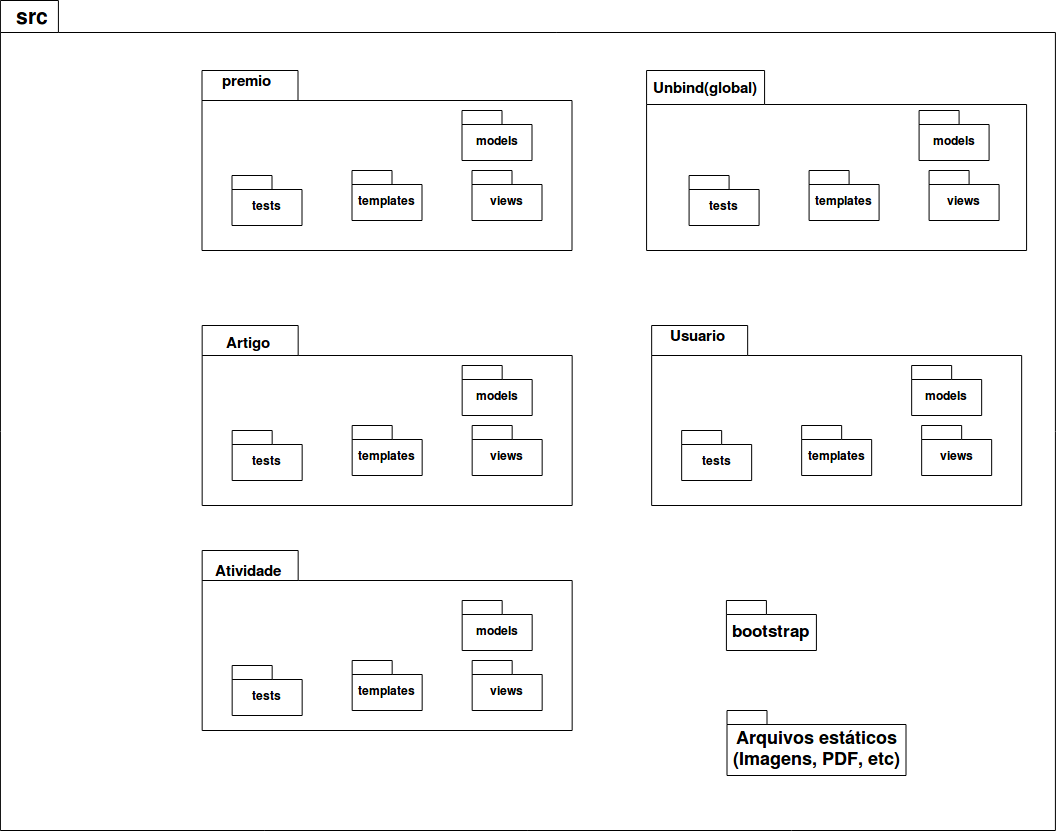
Before: wiki/docs/modulo3/img/diagrama_de_pacotes.png, a diagram exported from draw.io (ads-unbind/unbind). Source tidied: cells renumbered, new cells last; positions are measured from the earlier drawing's top-left corner, leaving out a move shared by most shapes. Source of this version:
```xml
<mxGraphModel>
  <root>
    <mxCell id="0" />
    <mxCell id="1" parent="0" />
    <mxCell id="2" style="shape=folder;fontStyle=1;spacingTop=10;tabWidth=58;tabHeight=32;tabPosition=left;html=1;" parent="1" vertex="1">
      <mxGeometry x="-0.1" width="1055" height="830" as="geometry" />
    </mxCell>
    <mxCell id="3" value="&lt;font style=&quot;font-size: 17px&quot;&gt;bootstrap&lt;/font&gt;" style="shape=folder;fontStyle=1;spacingTop=10;tabWidth=40;tabHeight=14;tabPosition=left;html=1;" parent="1" vertex="1">
      <mxGeometry x="725.9" y="600" width="90" height="50" as="geometry" />
    </mxCell>
    <mxCell id="4" style="shape=folder;fontStyle=1;spacingTop=10;tabWidth=96;tabHeight=30;tabPosition=left;html=1;" parent="1" vertex="1">
      <mxGeometry x="201.5" y="70" width="370" height="180" as="geometry" />
    </mxCell>
    <mxCell id="5" value="models" style="shape=folder;fontStyle=1;spacingTop=10;tabWidth=40;tabHeight=14;tabPosition=left;html=1;" parent="1" vertex="1">
      <mxGeometry x="461.5" y="110" width="70" height="50" as="geometry" />
    </mxCell>
    <mxCell id="6" value="templates" style="shape=folder;fontStyle=1;spacingTop=10;tabWidth=40;tabHeight=14;tabPosition=left;html=1;" parent="1" vertex="1">
      <mxGeometry x="351.5" y="170" width="70" height="50" as="geometry" />
    </mxCell>
    <mxCell id="7" value="&lt;font style=&quot;font-size: 18px&quot;&gt;Arquivos estáticos&lt;br&gt;(Imagens, PDF, etc)&lt;br&gt;&lt;/font&gt;" style="shape=folder;fontStyle=1;spacingTop=10;tabWidth=40;tabHeight=14;tabPosition=left;html=1;" parent="1" vertex="1">
      <mxGeometry x="726.5" y="710" width="179" height="65" as="geometry" />
    </mxCell>
    <mxCell id="8" value="views" style="shape=folder;fontStyle=1;spacingTop=10;tabWidth=40;tabHeight=14;tabPosition=left;html=1;" parent="1" vertex="1">
      <mxGeometry x="471.5" y="170" width="70" height="50" as="geometry" />
    </mxCell>
    <mxCell id="9" value="tests" style="shape=folder;fontStyle=1;spacingTop=10;tabWidth=40;tabHeight=14;tabPosition=left;html=1;" parent="1" vertex="1">
      <mxGeometry x="231.5" y="175" width="70" height="50" as="geometry" />
    </mxCell>
    <mxCell id="10" value="&lt;b style=&quot;font-size: 21px&quot;&gt;src&lt;/b&gt;" style="text;html=1;strokeColor=none;fillColor=none;align=center;verticalAlign=middle;whiteSpace=wrap;rounded=0;" parent="1" vertex="1">
      <mxGeometry x="11.4" y="5" width="40" height="20" as="geometry" />
    </mxCell>
    <mxCell id="11" value="&lt;b style=&quot;font-size: 15px&quot;&gt;premio&lt;br&gt;&lt;/b&gt;" style="text;html=1;strokeColor=none;fillColor=none;align=center;verticalAlign=middle;whiteSpace=wrap;rounded=0;" parent="1" vertex="1">
      <mxGeometry x="226.5" y="70" width="40" height="20" as="geometry" />
    </mxCell>
    <mxCell id="12" style="shape=folder;fontStyle=1;spacingTop=10;tabWidth=96;tabHeight=30;tabPosition=left;html=1;" parent="1" vertex="1">
      <mxGeometry x="201.7" y="325" width="370" height="180" as="geometry" />
    </mxCell>
    <mxCell id="13" value="models" style="shape=folder;fontStyle=1;spacingTop=10;tabWidth=40;tabHeight=14;tabPosition=left;html=1;" parent="1" vertex="1">
      <mxGeometry x="461.7" y="365" width="70" height="50" as="geometry" />
    </mxCell>
    <mxCell id="14" value="templates" style="shape=folder;fontStyle=1;spacingTop=10;tabWidth=40;tabHeight=14;tabPosition=left;html=1;" parent="1" vertex="1">
      <mxGeometry x="351.7" y="425" width="70" height="50" as="geometry" />
    </mxCell>
    <mxCell id="15" value="views" style="shape=folder;fontStyle=1;spacingTop=10;tabWidth=40;tabHeight=14;tabPosition=left;html=1;" parent="1" vertex="1">
      <mxGeometry x="471.7" y="425" width="70" height="50" as="geometry" />
    </mxCell>
    <mxCell id="16" value="tests" style="shape=folder;fontStyle=1;spacingTop=10;tabWidth=40;tabHeight=14;tabPosition=left;html=1;" parent="1" vertex="1">
      <mxGeometry x="231.7" y="430" width="70" height="50" as="geometry" />
    </mxCell>
    <mxCell id="17" value="&lt;br&gt;&lt;b style=&quot;font-size: 15px&quot;&gt;Artigo&lt;/b&gt;" style="text;html=1;strokeColor=none;fillColor=none;align=center;verticalAlign=middle;whiteSpace=wrap;rounded=0;" parent="1" vertex="1">
      <mxGeometry x="226.7" y="325" width="40" height="20" as="geometry" />
    </mxCell>
    <mxCell id="18" style="shape=folder;fontStyle=1;spacingTop=10;tabWidth=118;tabHeight=34;tabPosition=left;html=1;" parent="1" vertex="1">
      <mxGeometry x="646.1" y="70" width="380" height="180" as="geometry" />
    </mxCell>
    <mxCell id="19" value="models" style="shape=folder;fontStyle=1;spacingTop=10;tabWidth=40;tabHeight=14;tabPosition=left;html=1;" parent="1" vertex="1">
      <mxGeometry x="918.6" y="110" width="70" height="50" as="geometry" />
    </mxCell>
    <mxCell id="20" value="templates" style="shape=folder;fontStyle=1;spacingTop=10;tabWidth=40;tabHeight=14;tabPosition=left;html=1;" parent="1" vertex="1">
      <mxGeometry x="808.6" y="170" width="70" height="50" as="geometry" />
    </mxCell>
    <mxCell id="21" value="views" style="shape=folder;fontStyle=1;spacingTop=10;tabWidth=40;tabHeight=14;tabPosition=left;html=1;" parent="1" vertex="1">
      <mxGeometry x="928.6" y="170" width="70" height="50" as="geometry" />
    </mxCell>
    <mxCell id="22" value="tests" style="shape=folder;fontStyle=1;spacingTop=10;tabWidth=40;tabHeight=14;tabPosition=left;html=1;" parent="1" vertex="1">
      <mxGeometry x="688.6" y="175" width="70" height="50" as="geometry" />
    </mxCell>
    <mxCell id="23" value="&lt;br&gt;&lt;b style=&quot;font-size: 15px&quot;&gt;Unbind(global)&lt;/b&gt;" style="text;html=1;strokeColor=none;fillColor=none;align=center;verticalAlign=middle;whiteSpace=wrap;rounded=0;" parent="1" vertex="1">
      <mxGeometry x="683.6" y="70" width="40" height="20" as="geometry" />
    </mxCell>
    <mxCell id="24" style="shape=folder;fontStyle=1;spacingTop=10;tabWidth=96;tabHeight=30;tabPosition=left;html=1;" parent="1" vertex="1">
      <mxGeometry x="651.2" y="325" width="370" height="180" as="geometry" />
    </mxCell>
    <mxCell id="25" value="models" style="shape=folder;fontStyle=1;spacingTop=10;tabWidth=40;tabHeight=14;tabPosition=left;html=1;" parent="1" vertex="1">
      <mxGeometry x="911.2" y="365" width="70" height="50" as="geometry" />
    </mxCell>
    <mxCell id="26" value="templates" style="shape=folder;fontStyle=1;spacingTop=10;tabWidth=40;tabHeight=14;tabPosition=left;html=1;" parent="1" vertex="1">
      <mxGeometry x="801.2" y="425" width="70" height="50" as="geometry" />
    </mxCell>
    <mxCell id="27" value="views" style="shape=folder;fontStyle=1;spacingTop=10;tabWidth=40;tabHeight=14;tabPosition=left;html=1;" parent="1" vertex="1">
      <mxGeometry x="921.2" y="425" width="70" height="50" as="geometry" />
    </mxCell>
    <mxCell id="28" value="tests" style="shape=folder;fontStyle=1;spacingTop=10;tabWidth=40;tabHeight=14;tabPosition=left;html=1;" parent="1" vertex="1">
      <mxGeometry x="681.2" y="430" width="70" height="50" as="geometry" />
    </mxCell>
    <mxCell id="29" value="&lt;b style=&quot;font-size: 15px&quot;&gt;Usuario&lt;/b&gt;" style="text;html=1;strokeColor=none;fillColor=none;align=center;verticalAlign=middle;whiteSpace=wrap;rounded=0;" parent="1" vertex="1">
      <mxGeometry x="676.2" y="325" width="40" height="20" as="geometry" />
    </mxCell>
    <mxCell id="30" style="shape=folder;fontStyle=1;spacingTop=10;tabWidth=96;tabHeight=30;tabPosition=left;html=1;" parent="1" vertex="1">
      <mxGeometry x="201.7" y="550" width="370" height="180" as="geometry" />
    </mxCell>
    <mxCell id="31" value="models" style="shape=folder;fontStyle=1;spacingTop=10;tabWidth=40;tabHeight=14;tabPosition=left;html=1;" parent="1" vertex="1">
      <mxGeometry x="461.7" y="600" width="70" height="50" as="geometry" />
    </mxCell>
    <mxCell id="32" value="templates" style="shape=folder;fontStyle=1;spacingTop=10;tabWidth=40;tabHeight=14;tabPosition=left;html=1;" parent="1" vertex="1">
      <mxGeometry x="351.7" y="660" width="70" height="50" as="geometry" />
    </mxCell>
    <mxCell id="33" value="views" style="shape=folder;fontStyle=1;spacingTop=10;tabWidth=40;tabHeight=14;tabPosition=left;html=1;" parent="1" vertex="1">
      <mxGeometry x="471.7" y="660" width="70" height="50" as="geometry" />
    </mxCell>
    <mxCell id="34" value="tests" style="shape=folder;fontStyle=1;spacingTop=10;tabWidth=40;tabHeight=14;tabPosition=left;html=1;" parent="1" vertex="1">
      <mxGeometry x="231.7" y="665" width="70" height="50" as="geometry" />
    </mxCell>
    <mxCell id="35" value="&lt;b style=&quot;font-size: 15px&quot;&gt;Atividade&lt;/b&gt;" style="text;html=1;strokeColor=none;fillColor=none;align=center;verticalAlign=middle;whiteSpace=wrap;rounded=0;" parent="1" vertex="1">
      <mxGeometry x="226.7" y="560" width="40" height="20" as="geometry" />
    </mxCell>
  </root>
</mxGraphModel>
```
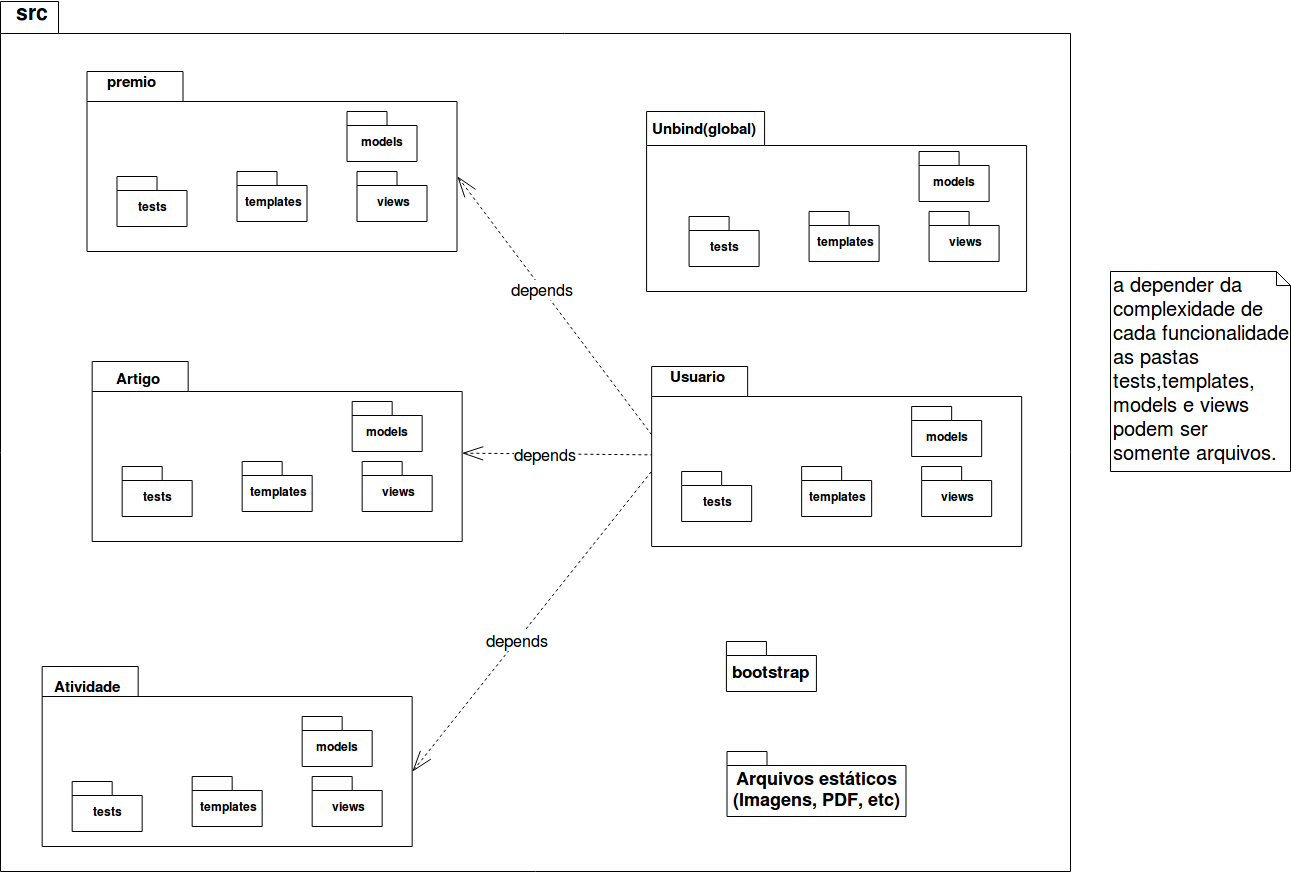
Above is the later version.

Commit message:
diagrama de pacotes v1.1

Diff of the diagram source:
```diff
@@ -3,52 +3,52 @@
     <mxCell id="0" />
     <mxCell id="1" parent="0" />
     <mxCell id="2" style="shape=folder;fontStyle=1;spacingTop=10;tabWidth=58;tabHeight=32;tabPosition=left;html=1;" parent="1" vertex="1">
-      <mxGeometry x="-0.1" width="1055" height="830" as="geometry" />
+      <mxGeometry y="-40" width="1070" height="870" as="geometry" />
     </mxCell>
     <mxCell id="3" value="&lt;font style=&quot;font-size: 17px&quot;&gt;bootstrap&lt;/font&gt;" style="shape=folder;fontStyle=1;spacingTop=10;tabWidth=40;tabHeight=14;tabPosition=left;html=1;" parent="1" vertex="1">
       <mxGeometry x="725.9" y="600" width="90" height="50" as="geometry" />
     </mxCell>
     <mxCell id="4" style="shape=folder;fontStyle=1;spacingTop=10;tabWidth=96;tabHeight=30;tabPosition=left;html=1;" parent="1" vertex="1">
-      <mxGeometry x="201.5" y="70" width="370" height="180" as="geometry" />
+      <mxGeometry x="86.5" y="30" width="370" height="180" as="geometry" />
     </mxCell>
     <mxCell id="5" value="models" style="shape=folder;fontStyle=1;spacingTop=10;tabWidth=40;tabHeight=14;tabPosition=left;html=1;" parent="1" vertex="1">
-      <mxGeometry x="461.5" y="110" width="70" height="50" as="geometry" />
+      <mxGeometry x="346.5" y="70" width="70" height="50" as="geometry" />
     </mxCell>
     <mxCell id="6" value="templates" style="shape=folder;fontStyle=1;spacingTop=10;tabWidth=40;tabHeight=14;tabPosition=left;html=1;" parent="1" vertex="1">
-      <mxGeometry x="351.5" y="170" width="70" height="50" as="geometry" />
+      <mxGeometry x="236.5" y="130" width="70" height="50" as="geometry" />
     </mxCell>
     <mxCell id="7" value="&lt;font style=&quot;font-size: 18px&quot;&gt;Arquivos estáticos&lt;br&gt;(Imagens, PDF, etc)&lt;br&gt;&lt;/font&gt;" style="shape=folder;fontStyle=1;spacingTop=10;tabWidth=40;tabHeight=14;tabPosition=left;html=1;" parent="1" vertex="1">
       <mxGeometry x="726.5" y="710" width="179" height="65" as="geometry" />
     </mxCell>
     <mxCell id="8" value="views" style="shape=folder;fontStyle=1;spacingTop=10;tabWidth=40;tabHeight=14;tabPosition=left;html=1;" parent="1" vertex="1">
-      <mxGeometry x="471.5" y="170" width="70" height="50" as="geometry" />
+      <mxGeometry x="356.5" y="130" width="70" height="50" as="geometry" />
     </mxCell>
     <mxCell id="9" value="tests" style="shape=folder;fontStyle=1;spacingTop=10;tabWidth=40;tabHeight=14;tabPosition=left;html=1;" parent="1" vertex="1">
-      <mxGeometry x="231.5" y="175" width="70" height="50" as="geometry" />
+      <mxGeometry x="116.5" y="135" width="70" height="50" as="geometry" />
     </mxCell>
     <mxCell id="10" value="&lt;b style=&quot;font-size: 21px&quot;&gt;src&lt;/b&gt;" style="text;html=1;strokeColor=none;fillColor=none;align=center;verticalAlign=middle;whiteSpace=wrap;rounded=0;" parent="1" vertex="1">
-      <mxGeometry x="11.4" y="5" width="40" height="20" as="geometry" />
+      <mxGeometry x="11.4" y="-40" width="40" height="20" as="geometry" />
     </mxCell>
     <mxCell id="11" value="&lt;b style=&quot;font-size: 15px&quot;&gt;premio&lt;br&gt;&lt;/b&gt;" style="text;html=1;strokeColor=none;fillColor=none;align=center;verticalAlign=middle;whiteSpace=wrap;rounded=0;" parent="1" vertex="1">
-      <mxGeometry x="226.5" y="70" width="40" height="20" as="geometry" />
+      <mxGeometry x="111.5" y="30" width="40" height="20" as="geometry" />
     </mxCell>
     <mxCell id="12" style="shape=folder;fontStyle=1;spacingTop=10;tabWidth=96;tabHeight=30;tabPosition=left;html=1;" parent="1" vertex="1">
-      <mxGeometry x="201.7" y="325" width="370" height="180" as="geometry" />
+      <mxGeometry x="91.7" y="320" width="370" height="180" as="geometry" />
     </mxCell>
     <mxCell id="13" value="models" style="shape=folder;fontStyle=1;spacingTop=10;tabWidth=40;tabHeight=14;tabPosition=left;html=1;" parent="1" vertex="1">
-      <mxGeometry x="461.7" y="365" width="70" height="50" as="geometry" />
+      <mxGeometry x="351.7" y="360" width="70" height="50" as="geometry" />
     </mxCell>
     <mxCell id="14" value="templates" style="shape=folder;fontStyle=1;spacingTop=10;tabWidth=40;tabHeight=14;tabPosition=left;html=1;" parent="1" vertex="1">
-      <mxGeometry x="351.7" y="425" width="70" height="50" as="geometry" />
+      <mxGeometry x="241.7" y="420" width="70" height="50" as="geometry" />
     </mxCell>
     <mxCell id="15" value="views" style="shape=folder;fontStyle=1;spacingTop=10;tabWidth=40;tabHeight=14;tabPosition=left;html=1;" parent="1" vertex="1">
-      <mxGeometry x="471.7" y="425" width="70" height="50" as="geometry" />
+      <mxGeometry x="361.7" y="420" width="70" height="50" as="geometry" />
     </mxCell>
     <mxCell id="16" value="tests" style="shape=folder;fontStyle=1;spacingTop=10;tabWidth=40;tabHeight=14;tabPosition=left;html=1;" parent="1" vertex="1">
-      <mxGeometry x="231.7" y="430" width="70" height="50" as="geometry" />
+      <mxGeometry x="121.7" y="425" width="70" height="50" as="geometry" />
     </mxCell>
     <mxCell id="17" value="&lt;br&gt;&lt;b style=&quot;font-size: 15px&quot;&gt;Artigo&lt;/b&gt;" style="text;html=1;strokeColor=none;fillColor=none;align=center;verticalAlign=middle;whiteSpace=wrap;rounded=0;" parent="1" vertex="1">
-      <mxGeometry x="226.7" y="325" width="40" height="20" as="geometry" />
+      <mxGeometry x="116.7" y="320" width="40" height="20" as="geometry" />
     </mxCell>
     <mxCell id="18" style="shape=folder;fontStyle=1;spacingTop=10;tabWidth=118;tabHeight=34;tabPosition=left;html=1;" parent="1" vertex="1">
       <mxGeometry x="646.1" y="70" width="380" height="180" as="geometry" />
@@ -87,22 +87,43 @@
       <mxGeometry x="676.2" y="325" width="40" height="20" as="geometry" />
     </mxCell>
     <mxCell id="30" style="shape=folder;fontStyle=1;spacingTop=10;tabWidth=96;tabHeight=30;tabPosition=left;html=1;" parent="1" vertex="1">
-      <mxGeometry x="201.7" y="550" width="370" height="180" as="geometry" />
+      <mxGeometry x="41.7" y="625" width="370" height="180" as="geometry" />
     </mxCell>
     <mxCell id="31" value="models" style="shape=folder;fontStyle=1;spacingTop=10;tabWidth=40;tabHeight=14;tabPosition=left;html=1;" parent="1" vertex="1">
-      <mxGeometry x="461.7" y="600" width="70" height="50" as="geometry" />
+      <mxGeometry x="301.7" y="675" width="70" height="50" as="geometry" />
     </mxCell>
     <mxCell id="32" value="templates" style="shape=folder;fontStyle=1;spacingTop=10;tabWidth=40;tabHeight=14;tabPosition=left;html=1;" parent="1" vertex="1">
-      <mxGeometry x="351.7" y="660" width="70" height="50" as="geometry" />
+      <mxGeometry x="191.7" y="735" width="70" height="50" as="geometry" />
     </mxCell>
     <mxCell id="33" value="views" style="shape=folder;fontStyle=1;spacingTop=10;tabWidth=40;tabHeight=14;tabPosition=left;html=1;" parent="1" vertex="1">
-      <mxGeometry x="471.7" y="660" width="70" height="50" as="geometry" />
+      <mxGeometry x="311.7" y="735" width="70" height="50" as="geometry" />
     </mxCell>
     <mxCell id="34" value="tests" style="shape=folder;fontStyle=1;spacingTop=10;tabWidth=40;tabHeight=14;tabPosition=left;html=1;" parent="1" vertex="1">
-      <mxGeometry x="231.7" y="665" width="70" height="50" as="geometry" />
+      <mxGeometry x="71.7" y="740" width="70" height="50" as="geometry" />
     </mxCell>
     <mxCell id="35" value="&lt;b style=&quot;font-size: 15px&quot;&gt;Atividade&lt;/b&gt;" style="text;html=1;strokeColor=none;fillColor=none;align=center;verticalAlign=middle;whiteSpace=wrap;rounded=0;" parent="1" vertex="1">
-      <mxGeometry x="226.7" y="560" width="40" height="20" as="geometry" />
+      <mxGeometry x="66.7" y="635" width="40" height="20" as="geometry" />
     </mxCell>
+    <mxCell id="36" style="endArrow=none;dashed=1;html=1;entryX=0;entryY=0;entryDx=0;entryDy=105;entryPerimeter=0;exitX=0;exitY=0;exitDx=370;exitDy=105;exitPerimeter=0;startArrow=openThin;startFill=0;strokeWidth=1;endSize=6;startSize=19;" parent="1" edge="1" source="30" target="24">
+      <mxGeometry relative="1" as="geometry" />
+    </mxCell>
+    <mxCell id="37" value="&lt;font style=&quot;font-size: 17px&quot;&gt;dep&lt;font style=&quot;font-size: 16px&quot;&gt;ends&lt;/font&gt;&lt;/font&gt;" style="text;html=1;align=center;verticalAlign=middle;labelBackgroundColor=#ffffff;" parent="36" vertex="1">
+      <mxGeometry x="-0.12" relative="1" as="geometry" />
+    </mxCell>
+    <mxCell id="38" style="endArrow=none;dashed=1;html=1;startArrow=openThin;startFill=0;strokeWidth=1;endSize=6;startSize=19;" parent="1" edge="1" source="12" target="24">
+      <mxGeometry relative="1" as="geometry" />
+    </mxCell>
+    <mxCell id="39" value="&lt;font style=&quot;font-size: 17px&quot;&gt;dep&lt;font style=&quot;font-size: 16px&quot;&gt;ends&lt;/font&gt;&lt;/font&gt;" style="text;html=1;align=center;verticalAlign=middle;labelBackgroundColor=#ffffff;" parent="38" vertex="1">
+      <mxGeometry x="-0.12" relative="1" as="geometry" />
+    </mxCell>
+    <mxCell id="40" style="endArrow=none;dashed=1;html=1;startArrow=openThin;startFill=0;strokeWidth=1;endSize=6;startSize=19;exitX=0;exitY=0;exitDx=370;exitDy=105;exitPerimeter=0;entryX=0;entryY=0;entryDx=0;entryDy=67.5;entryPerimeter=0;" parent="1" edge="1" source="4" target="24">
+      <mxGeometry relative="1" as="geometry" />
+    </mxCell>
+    <mxCell id="41" value="&lt;font style=&quot;font-size: 17px&quot;&gt;dep&lt;font style=&quot;font-size: 16px&quot;&gt;ends&lt;/font&gt;&lt;/font&gt;" style="text;html=1;align=center;verticalAlign=middle;labelBackgroundColor=#ffffff;" parent="40" vertex="1">
+      <mxGeometry x="-0.12" relative="1" as="geometry" />
+    </mxCell>
+    <mxCell id="42" value="&lt;font style=&quot;font-size: 20px&quot;&gt;a&lt;font style=&quot;font-size: 20px&quot;&gt; depender da complexidade de cada funcionalidade as pastas tests,templates, models e views podem ser somente arquivos.&lt;br&gt;&lt;/font&gt;&lt;/font&gt;" style="shape=note;whiteSpace=wrap;html=1;size=14;verticalAlign=top;align=left;spacingTop=-6;" parent="1" vertex="1">
+      <mxGeometry x="1110" y="230" width="180" height="200" as="geometry" />
+    </mxCell>
   </root>
 </mxGraphModel>
```
